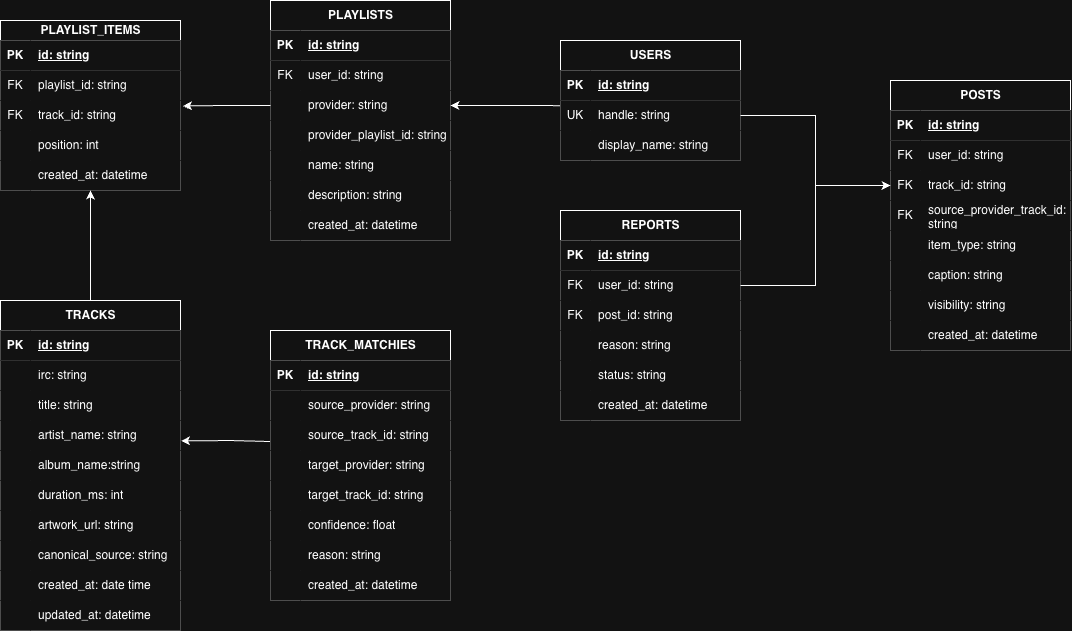
Above: docs/ER-diagram2.png in shinkai23/cross-subscription-music-timeline (draw.io), before the change. Source tidied: cells renumbered, new cells last; positions are measured from the earlier drawing's top-left corner, leaving out a move shared by most shapes.
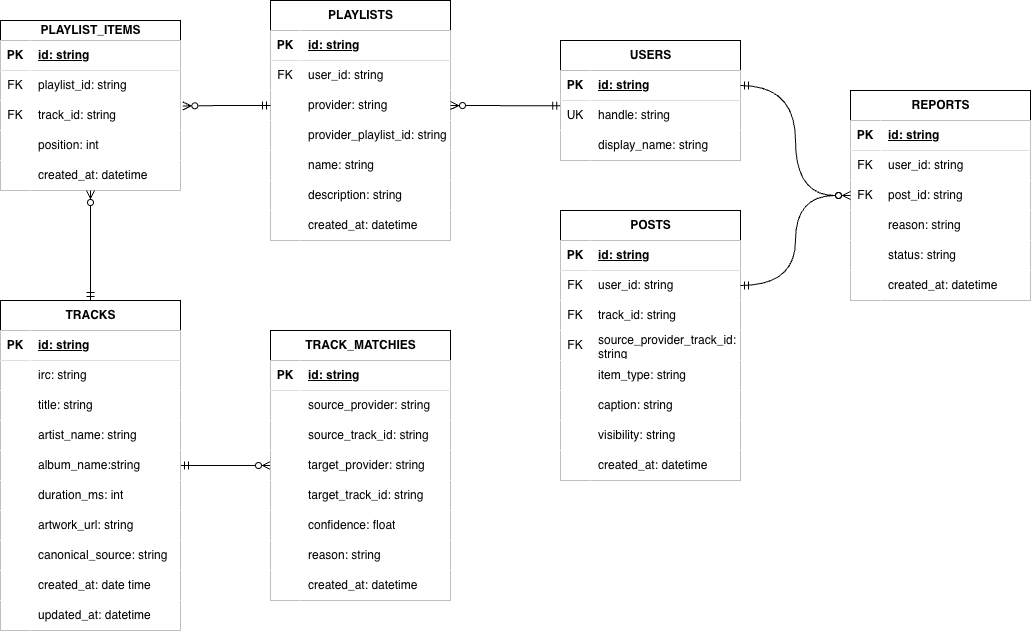
The same diagram one commit later.

Change to the diagram source:
```diff
@@ -2,18 +2,8 @@
   <root>
     <mxCell id="0" />
     <mxCell id="1" parent="0" />
-    <mxCell id="2" style="edgeStyle=orthogonalEdgeStyle;rounded=0;orthogonalLoop=1;jettySize=auto;html=1;entryX=1.003;entryY=0.678;entryDx=0;entryDy=0;entryPerimeter=0;exitX=0;exitY=0.034;exitDx=0;exitDy=0;exitPerimeter=0;" parent="1" edge="1">
-      <mxGeometry relative="1" as="geometry">
-        <mxPoint x="270" y="441" as="sourcePoint" />
-        <mxPoint x="180.5" y="440.3" as="targetPoint" />
-        <Array as="points">
-          <mxPoint x="270" y="440" />
-          <mxPoint x="230" y="440" />
-        </Array>
-      </mxGeometry>
-    </mxCell>
     <mxCell id="3" value="REPORTS" style="shape=table;startSize=30;rowLines=0;fontStyle=1;align=center;html=1;" parent="1" vertex="1">
-      <mxGeometry x="560" y="210" width="180" height="210" as="geometry" />
+      <mxGeometry x="850" y="90" width="180" height="210" as="geometry" />
     </mxCell>
     <mxCell id="4" style="shape=tableRow;horizontal=0;startSize=0;swimlaneHead=0;swimlaneBody=0;top=0;left=0;right=0;bottom=1;" parent="3" vertex="1">
       <mxGeometry y="30" width="180" height="30" as="geometry" />
@@ -183,12 +173,12 @@
     <mxCell id="59" value="created_at: datetime" style="shape=partialRectangle;top=0;left=0;bottom=0;right=0;align=left;spacingLeft=6;overflow=hidden;whiteSpace=wrap;html=1;" parent="57" vertex="1">
       <mxGeometry x="30" width="150" height="30" as="geometry" />
     </mxCell>
-    <mxCell id="60" style="edgeStyle=orthogonalEdgeStyle;rounded=0;jettySize=auto;html=1;entryX=0.5;entryY=1;entryDx=0;entryDy=0;" parent="1" edge="1" target="44">
+    <mxCell id="60" style="edgeStyle=orthogonalEdgeStyle;rounded=0;jettySize=auto;html=1;entryX=0.5;entryY=1;entryDx=0;entryDy=0;curved=1;endArrow=ERzeroToMany;endFill=0;startArrow=ERmandOne;startFill=0;" parent="1" edge="1" target="44">
       <mxGeometry relative="1" as="geometry">
         <mxPoint x="90" y="300" as="sourcePoint" />
       </mxGeometry>
     </mxCell>
-    <mxCell id="61" style="edgeStyle=orthogonalEdgeStyle;rounded=0;jettySize=auto;html=1;entryX=1;entryY=0.5;entryDx=0;entryDy=0;exitX=0.001;exitY=0.171;exitDx=0;exitDy=0;exitPerimeter=0;" parent="1" edge="1" source="66" target="29">
+    <mxCell id="61" style="edgeStyle=orthogonalEdgeStyle;rounded=0;jettySize=auto;html=1;entryX=1;entryY=0.5;entryDx=0;entryDy=0;exitX=0.001;exitY=0.171;exitDx=0;exitDy=0;exitPerimeter=0;startArrow=ERmandOne;startFill=0;endArrow=ERzeroToMany;endFill=0;" parent="1" edge="1" source="66" target="29">
       <mxGeometry relative="1" as="geometry" />
     </mxCell>
     <mxCell id="62" value="USERS" style="shape=table;startSize=30;rowLines=0;fontStyle=1;align=center;html=1;" parent="1" vertex="1">
@@ -222,7 +212,7 @@
       <mxGeometry x="30" width="150" height="30" as="geometry" />
     </mxCell>
     <mxCell id="72" value="POSTS" style="shape=table;startSize=30;rowLines=0;fontStyle=1;align=center;html=1;" parent="1" vertex="1">
-      <mxGeometry x="890" y="80" width="180" height="270" as="geometry" />
+      <mxGeometry x="560" y="210" width="180" height="270" as="geometry" />
     </mxCell>
     <mxCell id="73" style="shape=tableRow;horizontal=0;startSize=0;swimlaneHead=0;swimlaneBody=0;top=0;left=0;right=0;bottom=1;" parent="72" vertex="1">
       <mxGeometry y="30" width="180" height="30" as="geometry" />
@@ -296,15 +286,12 @@
     <mxCell id="96" value="created_at: datetime" style="shape=partialRectangle;top=0;left=0;bottom=0;right=0;align=left;spacingLeft=6;overflow=hidden;whiteSpace=wrap;html=1;" parent="94" vertex="1">
       <mxGeometry x="30" width="150" height="30" as="geometry" />
     </mxCell>
-    <mxCell id="97" style="edgeStyle=orthogonalEdgeStyle;rounded=0;jettySize=auto;html=1;entryX=0;entryY=0.5;entryDx=0;entryDy=0;" parent="1" edge="1" source="66" target="79">
-      <mxGeometry relative="1" as="geometry" />
-    </mxCell>
-    <mxCell id="98" style="edgeStyle=orthogonalEdgeStyle;rounded=0;jettySize=auto;html=1;" parent="1" edge="1" source="7" target="79">
-      <mxGeometry relative="1" as="geometry" />
-    </mxCell>
-    <mxCell id="99" style="edgeStyle=orthogonalEdgeStyle;rounded=0;jettySize=auto;html=1;entryX=1.013;entryY=0.181;entryDx=0;entryDy=0;entryPerimeter=0;" parent="1" edge="1" source="29" target="51">
+    <mxCell id="99" style="edgeStyle=orthogonalEdgeStyle;rounded=0;jettySize=auto;html=1;entryX=1.013;entryY=0.181;entryDx=0;entryDy=0;entryPerimeter=0;endArrow=ERzeroToMany;endFill=0;startArrow=ERmandOne;startFill=0;" parent="1" edge="1" source="29" target="51">
       <mxGeometry relative="1" as="geometry" />
     </mxCell>
+    <mxCell id="156" style="edgeStyle=orthogonalEdgeStyle;rounded=0;jettySize=auto;html=1;entryX=0;entryY=0.5;entryDx=0;entryDy=0;startArrow=ERmandOne;startFill=0;endArrow=ERzeroToMany;endFill=0;" parent="1" edge="1" source="100" target="141">
+      <mxGeometry relative="1" as="geometry" />
+    </mxCell>
     <mxCell id="100" value="TRACKS" style="shape=table;startSize=30;rowLines=0;fontStyle=1;align=center;html=1;" parent="1" vertex="1">
       <mxGeometry y="300" width="180" height="330" as="geometry" />
     </mxCell>
@@ -473,5 +460,11 @@
     <mxCell id="155" value="created_at: datetime" style="shape=partialRectangle;top=0;left=0;bottom=0;right=0;align=left;spacingLeft=6;overflow=hidden;whiteSpace=wrap;html=1;" parent="153" vertex="1">
       <mxGeometry x="30" width="150" height="30" as="geometry" />
     </mxCell>
+    <mxCell id="157" style="edgeStyle=orthogonalEdgeStyle;rounded=0;jettySize=auto;html=1;entryX=0;entryY=0.5;entryDx=0;entryDy=0;endArrow=ERzeroToMany;endFill=0;startArrow=ERmandOne;startFill=0;curved=1;" parent="1" edge="1" source="63" target="10">
+      <mxGeometry relative="1" as="geometry" />
+    </mxCell>
+    <mxCell id="158" style="edgeStyle=orthogonalEdgeStyle;rounded=0;jettySize=auto;html=1;entryX=0;entryY=0.5;entryDx=0;entryDy=0;endArrow=ERzeroToMany;endFill=0;startArrow=ERmandOne;startFill=0;curved=1;" parent="1" edge="1" source="76" target="10">
+      <mxGeometry relative="1" as="geometry" />
+    </mxCell>
   </root>
 </mxGraphModel>
```
